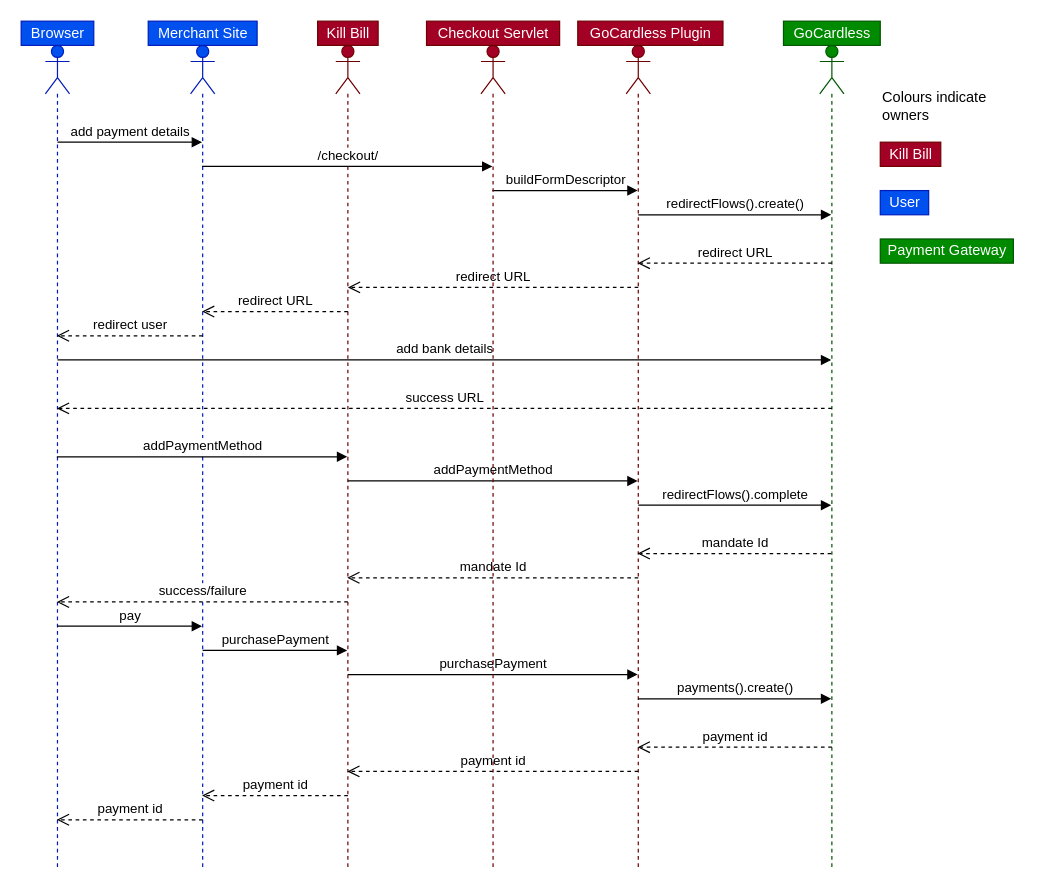
killbill/killbill-docs keeps this draw.io diagram as page "Using-GoCardless-From-KillBill2" (2 of 2) of userguide/assets/PaymentPlugin.drawio. Above is the earlier version. Source tidied: cells renumbered, new cells numbered last; positions are measured from the earlier drawing's top-left corner, leaving out a move shared by most shapes. Both pictures are drawn from the tidied source at 121%, with x=0, y=0 at pixel (21, 21).
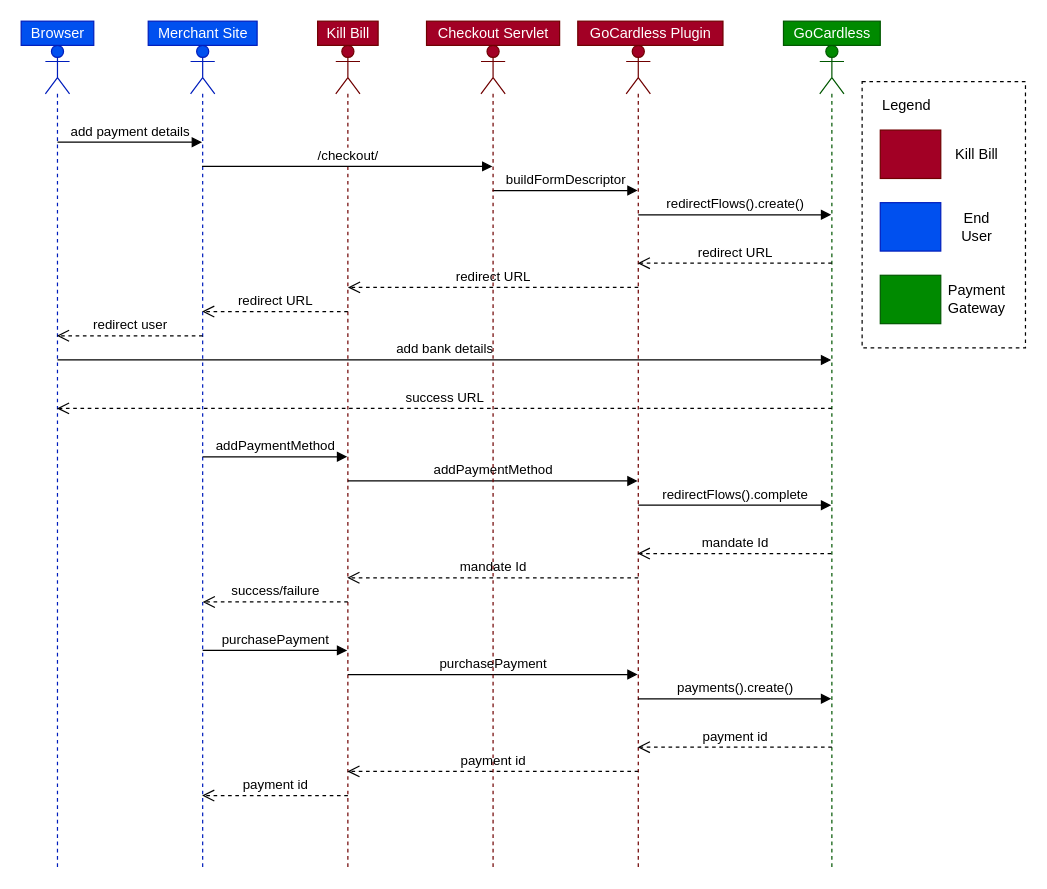
The same diagram, later.

Unchanged cells that the change refers to:
```xml
<mxCell id="2" style="shape=umlLifeline;participant=umlActor;perimeter=lifelinePerimeter;whiteSpace=wrap;html=1;verticalAlign=top;spacingTop=36;outlineConnect=0;fillColor=#0050ef;strokeColor=#001DBC;fontColor=#ffffff;" parent="1" vertex="1">
  <mxGeometry x="20" y="20" width="20" height="680" as="geometry" />
</mxCell>
<mxCell id="7" style="shape=umlLifeline;participant=umlActor;perimeter=lifelinePerimeter;whiteSpace=wrap;html=1;verticalAlign=top;spacingTop=36;outlineConnect=0;fillColor=#0050ef;strokeColor=#001DBC;fontColor=#ffffff;" parent="1" vertex="1">
  <mxGeometry x="140" y="20" width="20" height="680" as="geometry" />
</mxCell>
<mxCell id="10" style="shape=umlLifeline;participant=umlActor;perimeter=lifelinePerimeter;whiteSpace=wrap;html=1;verticalAlign=top;spacingTop=36;outlineConnect=0;fillColor=#a20025;strokeColor=#6F0000;fontColor=#ffffff;" parent="1" vertex="1">
  <mxGeometry x="260" y="20" width="20" height="680" as="geometry" />
</mxCell>
```

Change to the diagram source:
```diff
@@
+    <mxCell id="42" style="rounded=0;whiteSpace=wrap;html=1;dashed=1;" parent="1" vertex="1">
+      <mxGeometry x="695" y="50" width="135" height="220" as="geometry" />
+    </mxCell>
@@
-    <mxCell id="5" value="pay" style="html=1;verticalAlign=bottom;endArrow=block;" parent="2" edge="1" target="7">
-      <mxGeometry relative="1" as="geometry">
-        <mxPoint x="10" y="480" as="sourcePoint" />
-      </mxGeometry>
-    </mxCell>
@@
-    <mxCell id="28" value="success/failure" style="html=1;verticalAlign=bottom;endArrow=open;dashed=1;endSize=8;" parent="1" edge="1" target="2">
+    <mxCell id="28" value="success/failure" style="html=1;verticalAlign=bottom;endArrow=open;dashed=1;endSize=8;" parent="1" edge="1">
       <mxGeometry relative="1" as="geometry">
         <mxPoint x="270" y="480" as="sourcePoint" />
+        <mxPoint x="150" y="480" as="targetPoint" />
       </mxGeometry>
     </mxCell>
@@
-    <mxCell id="33" value="payment id" style="html=1;verticalAlign=bottom;endArrow=open;dashed=1;endSize=8;" parent="1" edge="1" target="2">
-      <mxGeometry relative="1" as="geometry">
-        <mxPoint x="150" y="660" as="sourcePoint" />
-      </mxGeometry>
-    </mxCell>
@@
-    <mxCell id="37" value="addPaymentMethod" style="html=1;verticalAlign=bottom;endArrow=block;" parent="1" edge="1" source="2" target="10">
-      <mxGeometry relative="1" as="geometry" />
+    <mxCell id="37" value="addPaymentMethod" style="html=1;verticalAlign=bottom;endArrow=block;" parent="1" edge="1" target="10">
+      <mxGeometry relative="1" as="geometry">
+        <mxPoint x="150" y="360" as="sourcePoint" />
+      </mxGeometry>
     </mxCell>
-    <mxCell id="38" value="Kill Bill" style="text;html=1;align=center;verticalAlign=middle;fillColor=#a20025;strokeColor=#6F0000;fontColor=#ffffff;" parent="1" vertex="1">
-      <mxGeometry x="710" y="100" width="50" height="20" as="geometry" />
+    <mxCell id="38" style="text;html=1;align=center;verticalAlign=middle;fillColor=#a20025;strokeColor=#6F0000;fontColor=#ffffff;" parent="1" vertex="1">
+      <mxGeometry x="710" y="90" width="50" height="40" as="geometry" />
     </mxCell>
-    <mxCell id="39" value="User" style="text;html=1;align=center;verticalAlign=middle;fillColor=#0050ef;strokeColor=#001DBC;fontColor=#ffffff;" parent="1" vertex="1">
-      <mxGeometry x="710" y="140" width="40" height="20" as="geometry" />
+    <mxCell id="39" style="text;html=1;align=center;verticalAlign=middle;fillColor=#0050ef;strokeColor=#001DBC;fontColor=#ffffff;" parent="1" vertex="1">
+      <mxGeometry x="710" y="150" width="50" height="40" as="geometry" />
     </mxCell>
-    <mxCell id="40" value="Payment Gateway" style="text;html=1;align=center;verticalAlign=middle;fillColor=#008a00;strokeColor=#005700;fontColor=#ffffff;" parent="1" vertex="1">
-      <mxGeometry x="710" y="180" width="110" height="20" as="geometry" />
+    <mxCell id="40" style="text;html=1;align=center;verticalAlign=middle;fillColor=#008a00;strokeColor=#005700;fontColor=#ffffff;" parent="1" vertex="1">
+      <mxGeometry x="710" y="210" width="50" height="40" as="geometry" />
     </mxCell>
-    <mxCell id="41" value="Colours indicate owners" style="text;html=1;strokeColor=none;fillColor=none;align=left;verticalAlign=middle;whiteSpace=wrap;rounded=0;dashed=1;" parent="1" vertex="1">
+    <mxCell id="41" value="Legend" style="text;html=1;strokeColor=none;fillColor=none;align=left;verticalAlign=middle;whiteSpace=wrap;rounded=0;dashed=1;" parent="1" vertex="1">
       <mxGeometry x="710" y="60" width="100" height="20" as="geometry" />
     </mxCell>
+    <mxCell id="43" value="Kill Bill" style="text;html=1;strokeColor=none;fillColor=none;align=center;verticalAlign=middle;whiteSpace=wrap;rounded=0;dashed=1;" parent="1" vertex="1">
+      <mxGeometry x="770" y="100" width="40" height="20" as="geometry" />
+    </mxCell>
+    <mxCell id="44" value="End User" style="text;html=1;strokeColor=none;fillColor=none;align=center;verticalAlign=middle;whiteSpace=wrap;rounded=0;dashed=1;" parent="1" vertex="1">
+      <mxGeometry x="770" y="160" width="40" height="20" as="geometry" />
+    </mxCell>
+    <mxCell id="45" value="Payment Gateway" style="text;html=1;strokeColor=none;fillColor=none;align=center;verticalAlign=middle;whiteSpace=wrap;rounded=0;dashed=1;" parent="1" vertex="1">
+      <mxGeometry x="770" y="220" width="40" height="20" as="geometry" />
+    </mxCell>
```
